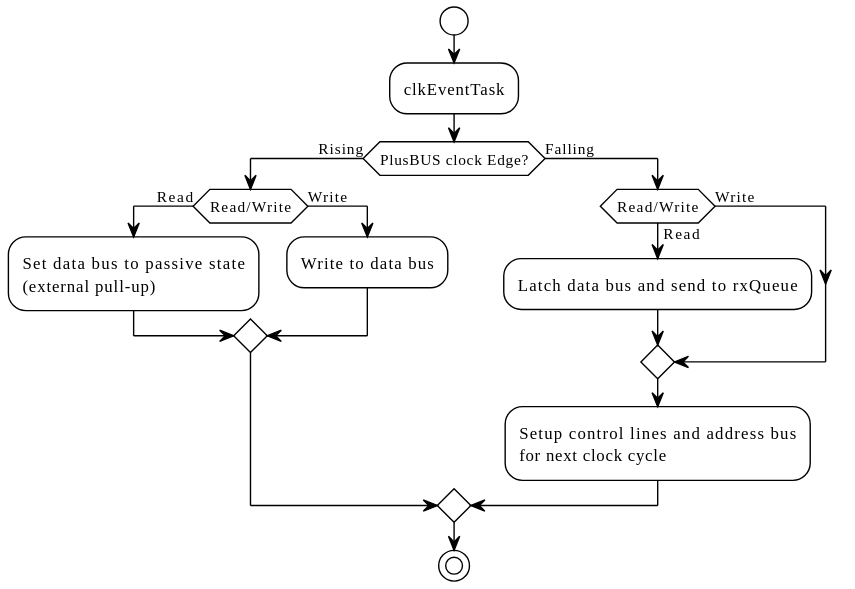
Above: figures/prototype/bridge/bridge_clkevent_flowchart.svg in Niclasapdk/ESD3_project (PlantUML), before the change.
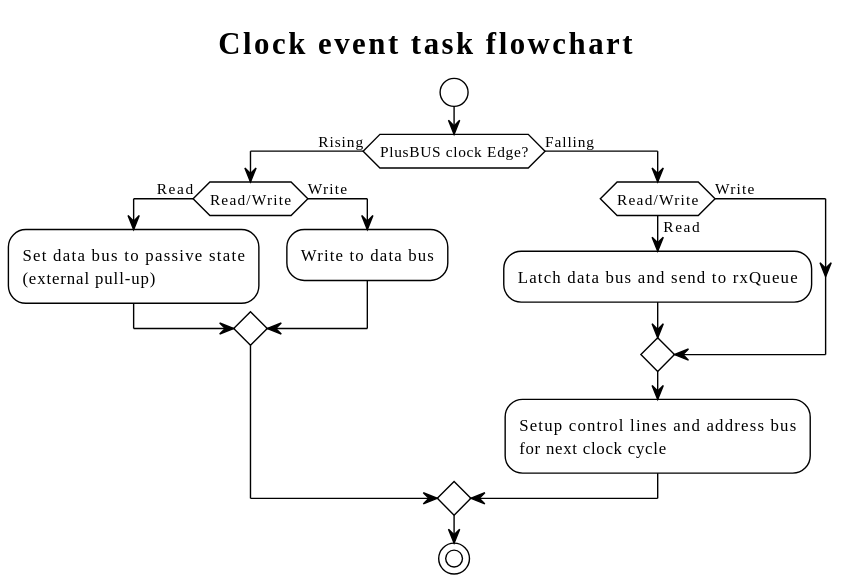
Above is the later version.

What changed in the source:
```diff
@@ -1,7 +1,7 @@
 @startuml
 !theme plain
+title "Clock event task flowchart"
 start
-:clkEventTask;
 if (PlusBUS clock Edge?) then (Rising)
   if (Read/Write) then (Read)
     :Set data bus to passive state\n(external pull-up);
```
